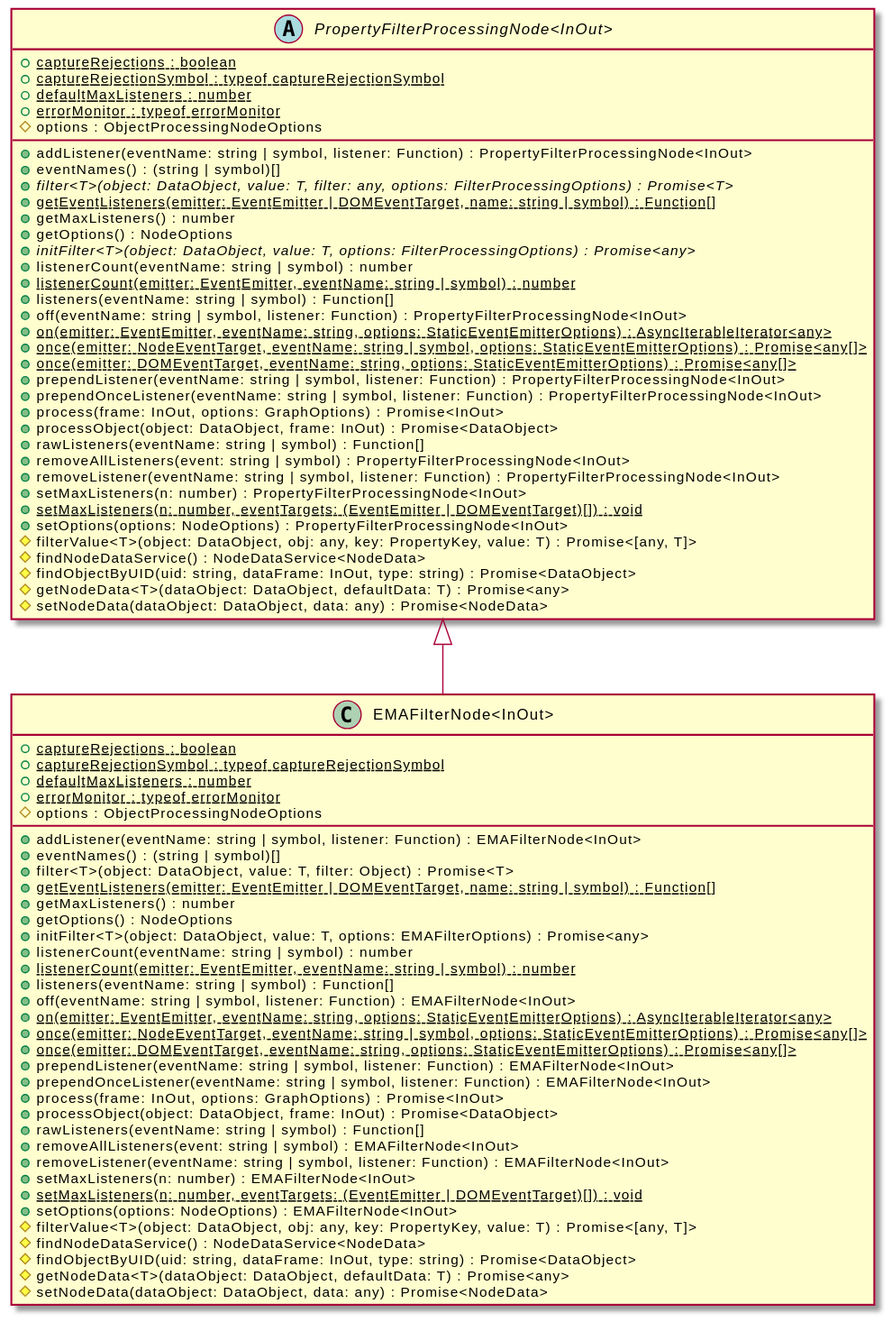
Above: assets/EMAFilterNode-umlClassDiagram-14211.svg in OpenHPS/openhps-core (PlantUML), before the change.
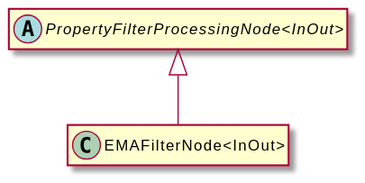
Later version of the same file.

Change to the diagram source:
```diff
@@ -3,76 +3,8 @@
 hide empty methods
 hide empty fields
 class "EMAFilterNode<InOut>" {
-    {static} +captureRejections : boolean
-    {static} +captureRejectionSymbol : typeof captureRejectionSymbol
-    {static} +defaultMaxListeners : number
-    {static} +errorMonitor : typeof errorMonitor
-    #options : ObjectProcessingNodeOptions
-    +addListener(eventName: string | symbol, listener: Function) : EMAFilterNode<InOut>
-    +eventNames() : (string | symbol)[]
-    +filter<T>(object: DataObject, value: T, filter: Object) : Promise<T>
-    {static} +getEventListeners(emitter: EventEmitter | DOMEventTarget, name: string | symbol) : Function[]
-    +getMaxListeners() : number
-    +getOptions() : NodeOptions
-    +initFilter<T>(object: DataObject, value: T, options: EMAFilterOptions) : Promise<any>
-    +listenerCount(eventName: string | symbol) : number
-    {static} +listenerCount(emitter: EventEmitter, eventName: string | symbol) : number
-    +listeners(eventName: string | symbol) : Function[]
-    +off(eventName: string | symbol, listener: Function) : EMAFilterNode<InOut>
-    {static} +on(emitter: EventEmitter, eventName: string, options: StaticEventEmitterOptions) : AsyncIterableIterator<any>
-    {static} +once(emitter: NodeEventTarget, eventName: string | symbol, options: StaticEventEmitterOptions) : Promise<any[]>
-    {static} +once(emitter: DOMEventTarget, eventName: string, options: StaticEventEmitterOptions) : Promise<any[]>
-    +prependListener(eventName: string | symbol, listener: Function) : EMAFilterNode<InOut>
-    +prependOnceListener(eventName: string | symbol, listener: Function) : EMAFilterNode<InOut>
-    +process(frame: InOut, options: GraphOptions) : Promise<InOut>
-    +processObject(object: DataObject, frame: InOut) : Promise<DataObject>
-    +rawListeners(eventName: string | symbol) : Function[]
-    +removeAllListeners(event: string | symbol) : EMAFilterNode<InOut>
-    +removeListener(eventName: string | symbol, listener: Function) : EMAFilterNode<InOut>
-    +setMaxListeners(n: number) : EMAFilterNode<InOut>
-    {static} +setMaxListeners(n: number, eventTargets: (EventEmitter | DOMEventTarget)[]) : void
-    +setOptions(options: NodeOptions) : EMAFilterNode<InOut>
-    #filterValue<T>(object: DataObject, obj: any, key: PropertyKey, value: T) : Promise<[any, T]>
-    #findNodeDataService() : NodeDataService<NodeData>
-    #findObjectByUID(uid: string, dataFrame: InOut, type: string) : Promise<DataObject>
-    #getNodeData<T>(dataObject: DataObject, defaultData: T) : Promise<any>
-    #setNodeData(dataObject: DataObject, data: any) : Promise<NodeData>
 }
 abstract class "PropertyFilterProcessingNode<InOut>" {
-    {static} +captureRejections : boolean
-    {static} +captureRejectionSymbol : typeof captureRejectionSymbol
-    {static} +defaultMaxListeners : number
-    {static} +errorMonitor : typeof errorMonitor
-    #options : ObjectProcessingNodeOptions
-    +addListener(eventName: string | symbol, listener: Function) : PropertyFilterProcessingNode<InOut>
-    +eventNames() : (string | symbol)[]
-    {abstract} +filter<T>(object: DataObject, value: T, filter: any, options: FilterProcessingOptions) : Promise<T>
-    {static} +getEventListeners(emitter: EventEmitter | DOMEventTarget, name: string | symbol) : Function[]
-    +getMaxListeners() : number
-    +getOptions() : NodeOptions
-    {abstract} +initFilter<T>(object: DataObject, value: T, options: FilterProcessingOptions) : Promise<any>
-    +listenerCount(eventName: string | symbol) : number
-    {static} +listenerCount(emitter: EventEmitter, eventName: string | symbol) : number
-    +listeners(eventName: string | symbol) : Function[]
-    +off(eventName: string | symbol, listener: Function) : PropertyFilterProcessingNode<InOut>
-    {static} +on(emitter: EventEmitter, eventName: string, options: StaticEventEmitterOptions) : AsyncIterableIterator<any>
-    {static} +once(emitter: NodeEventTarget, eventName: string | symbol, options: StaticEventEmitterOptions) : Promise<any[]>
-    {static} +once(emitter: DOMEventTarget, eventName: string, options: StaticEventEmitterOptions) : Promise<any[]>
-    +prependListener(eventName: string | symbol, listener: Function) : PropertyFilterProcessingNode<InOut>
-    +prependOnceListener(eventName: string | symbol, listener: Function) : PropertyFilterProcessingNode<InOut>
-    +process(frame: InOut, options: GraphOptions) : Promise<InOut>
-    +processObject(object: DataObject, frame: InOut) : Promise<DataObject>
-    +rawListeners(eventName: string | symbol) : Function[]
-    +removeAllListeners(event: string | symbol) : PropertyFilterProcessingNode<InOut>
-    +removeListener(eventName: string | symbol, listener: Function) : PropertyFilterProcessingNode<InOut>
-    +setMaxListeners(n: number) : PropertyFilterProcessingNode<InOut>
-    {static} +setMaxListeners(n: number, eventTargets: (EventEmitter | DOMEventTarget)[]) : void
-    +setOptions(options: NodeOptions) : PropertyFilterProcessingNode<InOut>
-    #filterValue<T>(object: DataObject, obj: any, key: PropertyKey, value: T) : Promise<[any, T]>
-    #findNodeDataService() : NodeDataService<NodeData>
-    #findObjectByUID(uid: string, dataFrame: InOut, type: string) : Promise<DataObject>
-    #getNodeData<T>(dataObject: DataObject, defaultData: T) : Promise<any>
-    #setNodeData(dataObject: DataObject, data: any) : Promise<NodeData>
 }
 "PropertyFilterProcessingNode<InOut>" <|-- "EMAFilterNode<InOut>"
 @enduml
```
